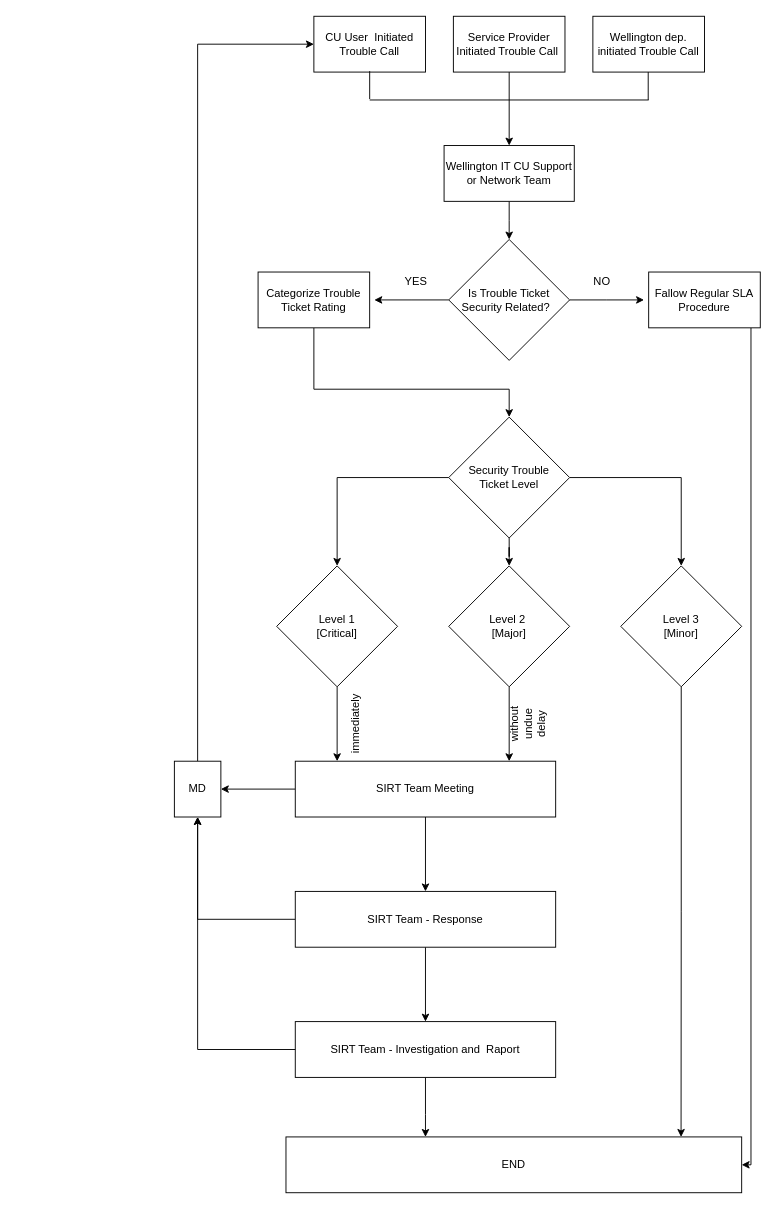
The draw.io diagram Untitled Diagram.drawio in xavery11235/e-sprzeciw, before the edit. Source tidied: cells renumbered, new cells numbered last; positions are measured from the earlier drawing's top-left corner, leaving out a move shared by most shapes. Both pictures are drawn from the tidied source at 93%, with x=0, y=0 at pixel (174, 16).
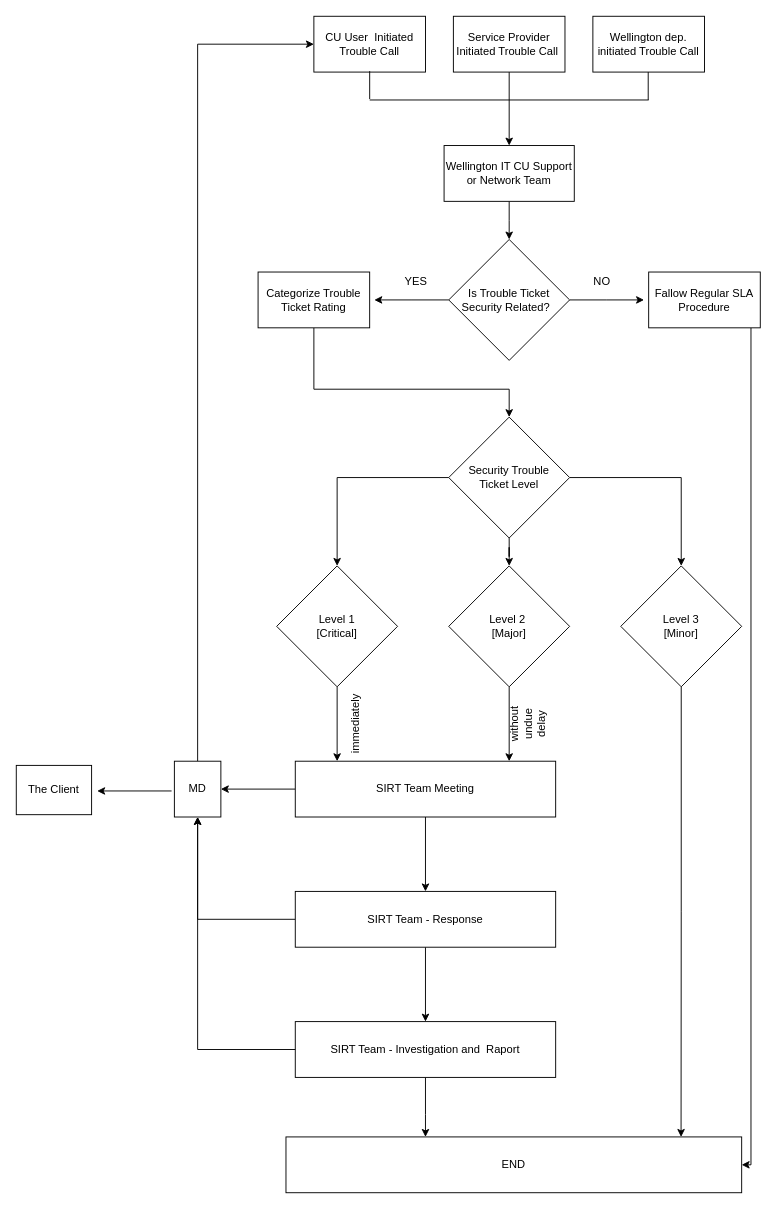
After the change.

Change to the diagram source:
```diff
@@
+    <mxCell id="44" style="edgeStyle=orthogonalEdgeStyle;rounded=0;orthogonalLoop=1;jettySize=auto;html=1;" parent="1" edge="1">
+      <mxGeometry relative="1" as="geometry">
+        <mxPoint x="-3" y="833" as="sourcePoint" />
+        <mxPoint x="-83" y="833" as="targetPoint" />
+      </mxGeometry>
+    </mxCell>
+    <mxCell id="45" value="The Client" style="rounded=0;whiteSpace=wrap;html=1;" parent="1" vertex="1">
+      <mxGeometry x="-170" y="805.5" width="81" height="53" as="geometry" />
+    </mxCell>
```
